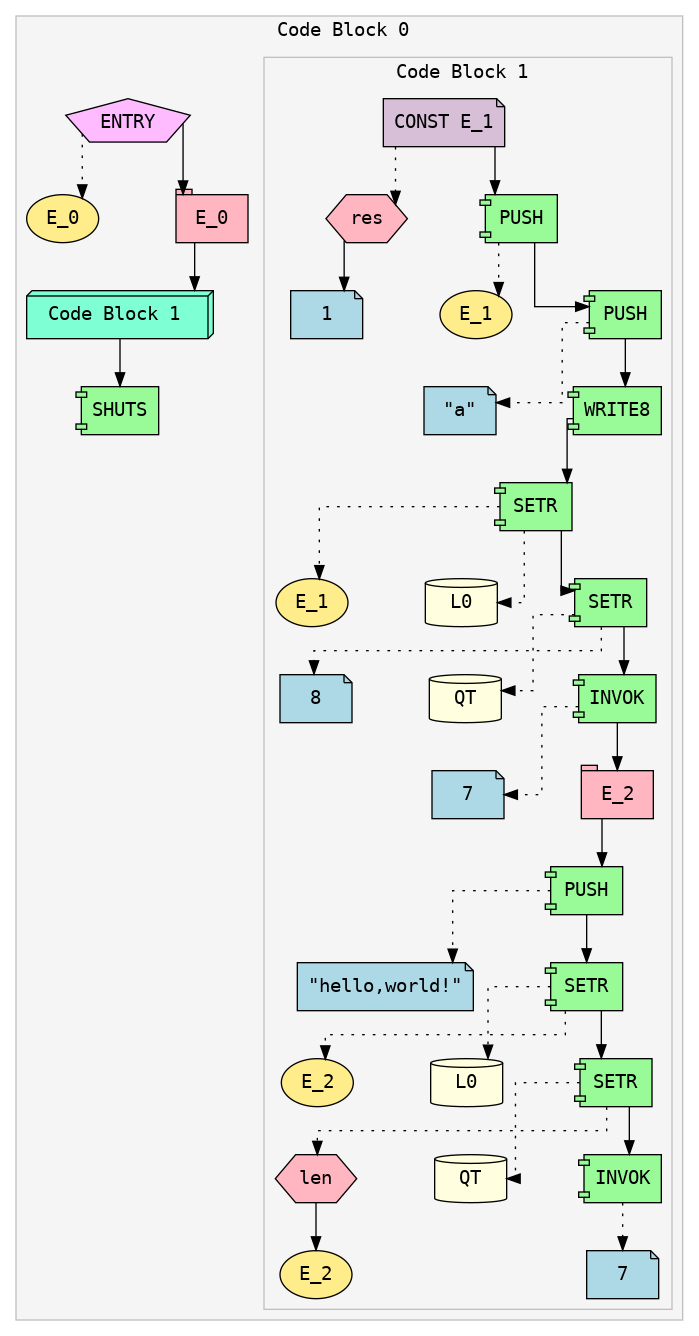
Before: ir.png, a diagram exported from Graphviz (Soham-Metha/IICT_Segfault_2025). Its source is kept beside it as ir.dot.
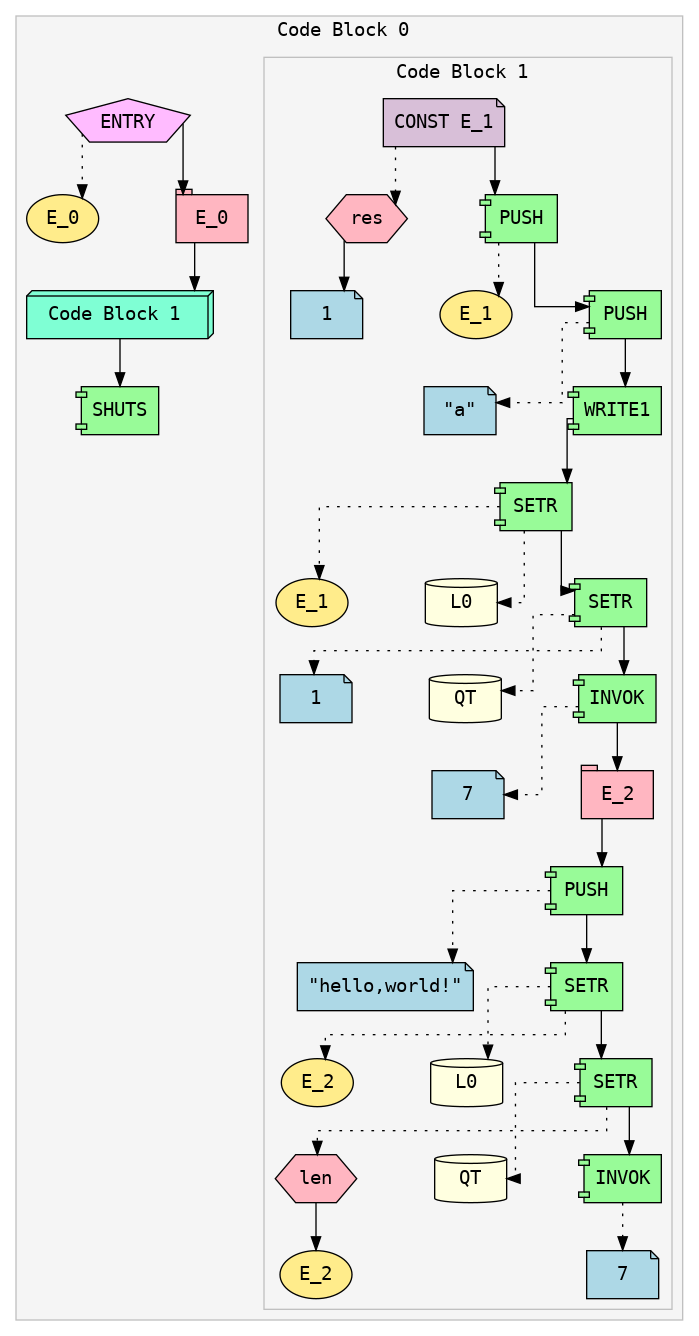
The same file after the commit.

The edit, as a diff of the source:
```diff
@@ -32,7 +32,7 @@
 Expr_11 [shape=note style=filled fillcolor=lightblue fontname="Courier" label="\"a\""]
 Expr_10 -> Expr_11 [style=dotted]
 Expr_8 -> Expr_10;
-Expr_12 [shape=component style=filled fillcolor=palegreen fontname="Courier" label="WRITE8"]
+Expr_12 [shape=component style=filled fillcolor=palegreen fontname="Courier" label="WRITE1"]
 Expr_10 -> Expr_12;
 Expr_13 [shape=component style=filled fillcolor=palegreen fontname="Courier" label="SETR"]
 Expr_14 [shape=ellipse style=filled fillcolor=lightgoldenrod1 fontname="Courier" label="E_1"]
@@ -41,7 +41,7 @@
 Expr_13 -> Expr_15 [style=dotted]
 Expr_12 -> Expr_13;
 Expr_16 [shape=component style=filled fillcolor=palegreen fontname="Courier" label="SETR"]
-Expr_17 [shape=note style=filled fillcolor=lightblue fontname="Courier" label="8"]
+Expr_17 [shape=note style=filled fillcolor=lightblue fontname="Courier" label="1"]
 Expr_16 -> Expr_17 [style=dotted]
 Expr_18 [shape=cylinder style=filled fillcolor=lightyellow fontname="Courier" label="QT"]
 Expr_16 -> Expr_18 [style=dotted]
```
